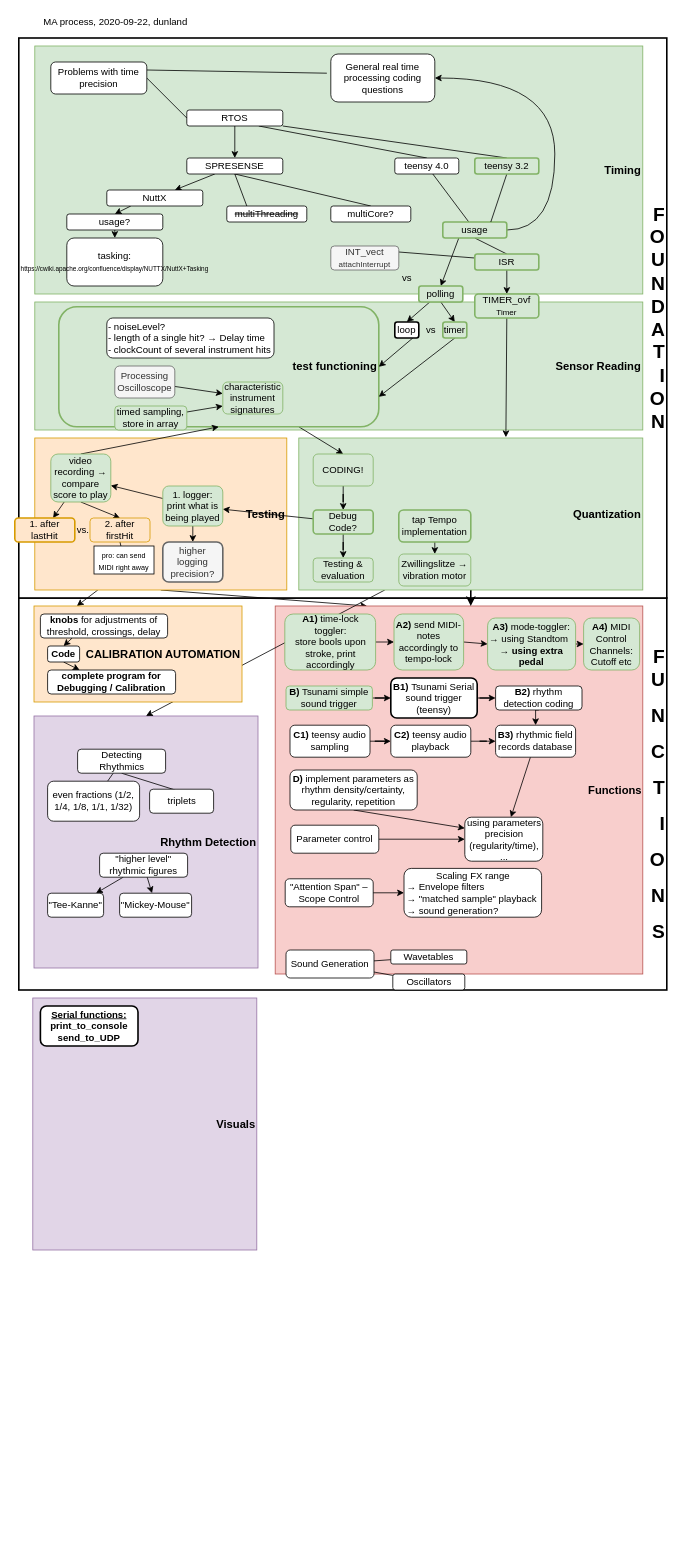
dunland/muscle keeps this draw.io diagram as page "current" (1 of 6) of Doc/MA_progress.drawio. Above is the earlier version. Source tidied: cells renumbered, new cells numbered last; positions are measured from the earlier drawing's top-left corner, leaving out a move shared by most shapes. Both pictures are drawn from the tidied source at 80%, with x=0, y=0 at pixel (14, 14).
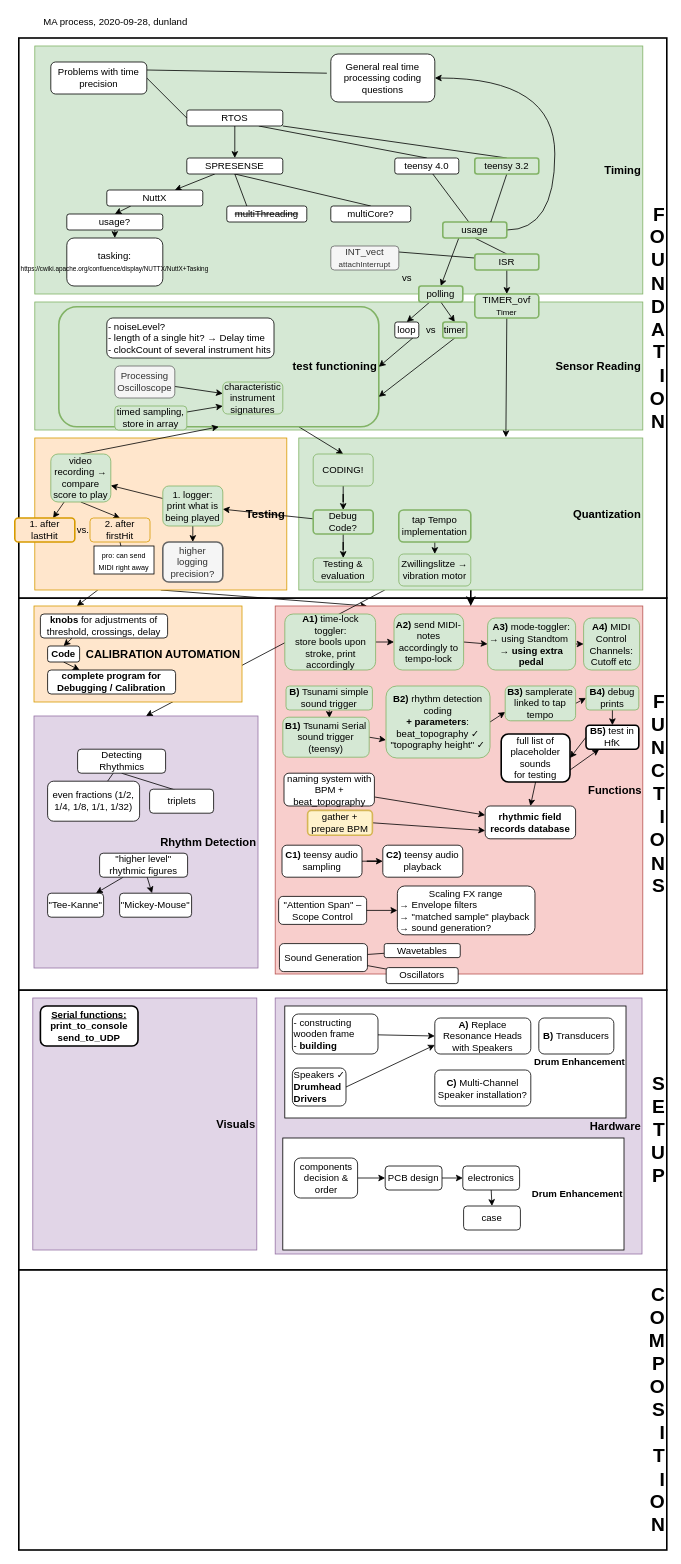
The same page after the edit.

Unchanged cells that the change refers to:
```xml
<mxCell id="133" value="&lt;b&gt;B)&lt;/b&gt;&amp;nbsp;Tsunami simple sound trigger" style="rounded=1;whiteSpace=wrap;html=1;strokeWidth=1;fillColor=#d5e8d4;strokeColor=#82b366;" parent="1" vertex="1">
  <mxGeometry x="339" y="840" width="108" height="30" as="geometry" />
</mxCell>
```

What changed in the source:
```diff
@@
+    <mxCell id="138" value="&lt;h1&gt;S&lt;br&gt;E&lt;br&gt;T&lt;br&gt;U&lt;br&gt;P&lt;/h1&gt;" style="rounded=0;whiteSpace=wrap;html=1;strokeWidth=2;align=right;" parent="1" vertex="1">
+      <mxGeometry x="5" y="1220" width="810" height="350" as="geometry" />
+    </mxCell>
+    <mxCell id="139" value="&lt;font size=&quot;1&quot;&gt;&lt;b style=&quot;font-size: 14px&quot;&gt;Hardware&lt;br&gt;&lt;/b&gt;&lt;/font&gt;" style="rounded=0;whiteSpace=wrap;html=1;align=right;fillColor=#e1d5e7;strokeColor=#9673a6;" parent="1" vertex="1">
+      <mxGeometry x="325.5" y="1230" width="458.5" height="320" as="geometry" />
+    </mxCell>
+    <mxCell id="140" value="&lt;b&gt;Drum Enhancement&lt;/b&gt;" style="rounded=0;whiteSpace=wrap;html=1;align=right;" parent="1" vertex="1">
+      <mxGeometry x="337.5" y="1240" width="426.5" height="140" as="geometry" />
+    </mxCell>
-    <mxCell id="2" value="&lt;h1&gt;F&lt;br&gt;U&lt;/h1&gt;&lt;h1&gt;N&lt;/h1&gt;&lt;h1&gt;C&lt;/h1&gt;&lt;h1&gt;T&lt;/h1&gt;&lt;h1&gt;I&lt;/h1&gt;&lt;h1&gt;O&lt;/h1&gt;&lt;h1&gt;N&lt;/h1&gt;&lt;h1&gt;S&lt;/h1&gt;" style="rounded=0;whiteSpace=wrap;html=1;strokeWidth=2;align=right;" parent="1" vertex="1">
+    <mxCell id="2" value="&lt;h1&gt;F&lt;br&gt;U&lt;br&gt;N&lt;br&gt;C&lt;br&gt;T&lt;br&gt;I&lt;br&gt;O&lt;br&gt;N&lt;br&gt;S&lt;/h1&gt;" style="rounded=0;whiteSpace=wrap;html=1;strokeWidth=2;align=right;" parent="1" vertex="1">
       <mxGeometry x="5" y="730" width="810" height="490" as="geometry" />
     </mxCell>
@@
     <mxCell id="38" value="Sound Generation" style="rounded=1;whiteSpace=wrap;html=1;" parent="1" vertex="1">
-      <mxGeometry x="339" y="1170" width="110" height="35" as="geometry" />
+      <mxGeometry x="330.8" y="1162" width="110" height="35" as="geometry" />
     </mxCell>
     <mxCell id="39" value="Wavetables" style="rounded=1;whiteSpace=wrap;html=1;" parent="1" vertex="1">
-      <mxGeometry x="470" y="1170" width="95" height="17.5" as="geometry" />
+      <mxGeometry x="461.8" y="1162" width="95" height="17.5" as="geometry" />
     </mxCell>
     <mxCell id="40" value="Oscillators" style="rounded=1;whiteSpace=wrap;html=1;" parent="1" vertex="1">
-      <mxGeometry x="472.5" y="1200" width="90" height="20" as="geometry" />
+      <mxGeometry x="464.2" y="1192" width="90" height="20" as="geometry" />
     </mxCell>
     <mxCell id="41" value="&quot;Attention Span&quot; ‒ Scope Control" style="rounded=1;whiteSpace=wrap;html=1;" parent="1" vertex="1">
-      <mxGeometry x="338" y="1081" width="110" height="35" as="geometry" />
+      <mxGeometry x="329.8" y="1103" width="110" height="35" as="geometry" />
     </mxCell>
-    <mxCell id="42" style="edgeStyle=none;rounded=0;jettySize=auto;html=1;endArrow=classic;endFill=1;" parent="1" edge="1" source="43" target="113">
-      <mxGeometry relative="1" as="geometry" />
-    </mxCell>
-    <mxCell id="43" value="Parameter control" style="rounded=1;whiteSpace=wrap;html=1;" parent="1" vertex="1">
-      <mxGeometry x="345" y="1014" width="110" height="35" as="geometry" />
-    </mxCell>
@@
-    <mxCell id="54" value="&lt;div align=&quot;left&quot;&gt;MA process, 2020-09-22, dunland&lt;br&gt;&lt;/div&gt;" style="text;html=1;strokeColor=none;fillColor=none;align=left;verticalAlign=middle;whiteSpace=wrap;rounded=0;" parent="1" vertex="1">
+    <mxCell id="54" value="&lt;div align=&quot;left&quot;&gt;MA process, 2020-09-28, dunland&lt;br&gt;&lt;/div&gt;" style="text;html=1;strokeColor=none;fillColor=none;align=left;verticalAlign=middle;whiteSpace=wrap;rounded=0;" parent="1" vertex="1">
       <mxGeometry x="34" width="350" height="20" as="geometry" />
     </mxCell>
@@
-    <mxCell id="74" value="loop" style="rounded=1;whiteSpace=wrap;html=1;strokeWidth=2;" parent="1" vertex="1">
+    <mxCell id="74" value="loop" style="rounded=1;whiteSpace=wrap;html=1;strokeWidth=1;" parent="1" vertex="1">
       <mxGeometry x="475" y="385" width="30" height="20" as="geometry" />
     </mxCell>
@@
-    <mxCell id="110" style="rounded=0;jettySize=auto;html=1;" parent="1" edge="1" source="125" target="113">
-      <mxGeometry relative="1" as="geometry" />
-    </mxCell>
@@
-    <mxCell id="113" value="using parameters precision (regularity/time), ..." style="rounded=1;whiteSpace=wrap;html=1;strokeWidth=1;" parent="1" vertex="1">
-      <mxGeometry x="562.5" y="1004" width="97.5" height="55" as="geometry" />
-    </mxCell>
@@
-    <mxCell id="120" style="edgeStyle=none;rounded=0;jettySize=auto;html=1;exitX=0.5;exitY=1;exitDx=0;exitDy=0;entryX=0;entryY=0.25;entryDx=0;entryDy=0;endArrow=classic;endFill=1;" parent="1" edge="1" source="121" target="113">
-      <mxGeometry relative="1" as="geometry" />
-    </mxCell>
-    <mxCell id="121" value="&lt;b&gt;D)&lt;/b&gt;&amp;nbsp;implement parameters as rhythm density/certainty, regularity, repetition" style="rounded=1;whiteSpace=wrap;html=1;" parent="1" vertex="1">
-      <mxGeometry x="344" y="945" width="159" height="50" as="geometry" />
-    </mxCell>
@@
     <mxCell id="124" value="&lt;b&gt;C1)&lt;/b&gt;&amp;nbsp;teensy audio sampling" style="rounded=1;whiteSpace=wrap;html=1;strokeWidth=1;" parent="1" vertex="1">
-      <mxGeometry x="344" y="889" width="100" height="40" as="geometry" />
+      <mxGeometry x="334" y="1039" width="100" height="40" as="geometry" />
     </mxCell>
-    <mxCell id="125" value="&lt;b&gt;B3)&lt;/b&gt; rhythmic field records database" style="rounded=1;whiteSpace=wrap;html=1;strokeWidth=1;" parent="1" vertex="1">
-      <mxGeometry x="601" y="889" width="100" height="40" as="geometry" />
+    <mxCell id="125" value="&lt;b&gt;rhythmic field records database&lt;/b&gt;" style="rounded=1;whiteSpace=wrap;html=1;strokeWidth=1;" parent="1" vertex="1">
+      <mxGeometry x="588" y="990" width="113" height="41" as="geometry" />
     </mxCell>
-    <mxCell id="126" style="edgeStyle=orthogonalEdgeStyle;rounded=0;jettySize=auto;html=1;" parent="1" edge="1" source="127" target="125">
-      <mxGeometry relative="1" as="geometry" />
-    </mxCell>
     <mxCell id="127" value="&lt;b&gt;C2)&lt;/b&gt;&amp;nbsp;teensy audio playback" style="rounded=1;whiteSpace=wrap;html=1;strokeWidth=1;" parent="1" vertex="1">
-      <mxGeometry x="470" y="889" width="100" height="40" as="geometry" />
+      <mxGeometry x="460" y="1039" width="100" height="40" as="geometry" />
     </mxCell>
@@
     <mxCell id="130" value="Scaling FX range &lt;br&gt;&lt;div style=&quot;text-align: left&quot;&gt;&lt;span&gt;→ Envelope filters&lt;/span&gt;&lt;/div&gt;&lt;div style=&quot;text-align: left&quot;&gt;&lt;span&gt;→ &quot;matched sample&quot; playback&amp;nbsp;&lt;/span&gt;&lt;/div&gt;&lt;div style=&quot;text-align: left&quot;&gt;&lt;span&gt;→ sound generation?&lt;/span&gt;&lt;/div&gt;" style="rounded=1;whiteSpace=wrap;html=1;" parent="1" vertex="1">
-      <mxGeometry x="486.5" y="1068" width="172" height="61" as="geometry" />
+      <mxGeometry x="478.2" y="1090" width="172" height="61" as="geometry" />
     </mxCell>
@@
-    <mxCell id="132" style="edgeStyle=orthogonalEdgeStyle;rounded=0;jettySize=auto;html=1;" parent="1" edge="1" source="133" target="135">
+    <mxCell id="132" style="edgeStyle=none;rounded=0;jettySize=auto;html=1;exitX=0.5;exitY=1;exitDx=0;exitDy=0;entryX=0.539;entryY=0.019;entryDx=0;entryDy=0;entryPerimeter=0;" parent="1" edge="1" source="133" target="135">
       <mxGeometry relative="1" as="geometry" />
     </mxCell>
@@
-    <mxCell id="134" style="edgeStyle=orthogonalEdgeStyle;rounded=0;jettySize=auto;html=1;" parent="1" edge="1" source="135" target="137">
+    <mxCell id="134" style="edgeStyle=none;rounded=0;jettySize=auto;html=1;exitX=1;exitY=0.5;exitDx=0;exitDy=0;entryX=0;entryY=0.75;entryDx=0;entryDy=0;" parent="1" edge="1" source="135" target="137">
       <mxGeometry relative="1" as="geometry" />
     </mxCell>
-    <mxCell id="135" value="&lt;b&gt;B1)&lt;/b&gt;&amp;nbsp;Tsunami Serial sound trigger&lt;br&gt;(teensy)" style="rounded=1;whiteSpace=wrap;html=1;strokeWidth=2;" parent="1" vertex="1">
-      <mxGeometry x="470" y="830" width="108" height="50" as="geometry" />
+    <mxCell id="135" value="&lt;b&gt;B1)&lt;/b&gt;&amp;nbsp;Tsunami Serial sound trigger&lt;br&gt;(teensy)" style="rounded=1;whiteSpace=wrap;html=1;strokeWidth=1;fillColor=#d5e8d4;strokeColor=#82b366;" parent="1" vertex="1">
+      <mxGeometry x="335" y="879" width="108" height="50" as="geometry" />
     </mxCell>
-    <mxCell id="136" style="edgeStyle=orthogonalEdgeStyle;rounded=0;jettySize=auto;html=1;exitX=0.5;exitY=1;exitDx=0;exitDy=0;entryX=0.5;entryY=0;entryDx=0;entryDy=0;" parent="1" edge="1" source="137" target="125">
-      <mxGeometry relative="1" as="geometry" />
-    </mxCell>
+    <mxCell id="141" style="rounded=0;jettySize=auto;html=1;exitX=1;exitY=0.5;exitDx=0;exitDy=0;entryX=0;entryY=0.75;entryDx=0;entryDy=0;" parent="1" edge="1" source="137" target="143">
+      <mxGeometry relative="1" as="geometry" />
+    </mxCell>
-    <mxCell id="137" value="&lt;b&gt;B2)&lt;/b&gt;&amp;nbsp;rhythm detection coding" style="rounded=1;whiteSpace=wrap;html=1;" parent="1" vertex="1">
-      <mxGeometry x="601" y="840" width="108" height="30" as="geometry" />
+    <mxCell id="137" value="&lt;b&gt;B2)&lt;/b&gt;&amp;nbsp;rhythm detection coding&lt;br&gt;&lt;b&gt;+&lt;/b&gt; &lt;b&gt;parameters&lt;/b&gt;: &lt;br&gt;beat_topography ✓&lt;br&gt;&quot;topography height&quot; ✓" style="rounded=1;whiteSpace=wrap;html=1;strokeWidth=1;fillColor=#d5e8d4;strokeColor=#82b366;" parent="1" vertex="1">
+      <mxGeometry x="464" y="840" width="130" height="90" as="geometry" />
     </mxCell>
+    <mxCell id="142" style="edgeStyle=none;rounded=0;jettySize=auto;html=1;exitX=1;exitY=0.5;exitDx=0;exitDy=0;entryX=0;entryY=0.5;entryDx=0;entryDy=0;" parent="1" edge="1" source="143" target="145">
+      <mxGeometry relative="1" as="geometry" />
+    </mxCell>
+    <mxCell id="143" value="&lt;b&gt;B3)&lt;/b&gt;&amp;nbsp;samplerate linked to tap tempo" style="rounded=1;whiteSpace=wrap;html=1;fillColor=#d5e8d4;strokeColor=#82b366;" parent="1" vertex="1">
+      <mxGeometry x="613" y="840" width="88" height="43.5" as="geometry" />
+    </mxCell>
+    <mxCell id="144" style="edgeStyle=none;rounded=0;jettySize=auto;html=1;exitX=0.5;exitY=1;exitDx=0;exitDy=0;entryX=0.5;entryY=0;entryDx=0;entryDy=0;" parent="1" edge="1" source="145" target="147">
+      <mxGeometry relative="1" as="geometry" />
+    </mxCell>
+    <mxCell id="145" value="&lt;b&gt;B4) &lt;/b&gt;debug prints" style="rounded=1;whiteSpace=wrap;html=1;fillColor=#d5e8d4;strokeColor=#82b366;" parent="1" vertex="1">
+      <mxGeometry x="714" y="840" width="66" height="30" as="geometry" />
+    </mxCell>
+    <mxCell id="146" style="edgeStyle=none;rounded=0;jettySize=auto;html=1;exitX=0;exitY=0.5;exitDx=0;exitDy=0;entryX=1;entryY=0.5;entryDx=0;entryDy=0;" parent="1" edge="1" source="147" target="169">
+      <mxGeometry relative="1" as="geometry" />
+    </mxCell>
+    <mxCell id="147" value="&lt;b&gt;B5)&lt;/b&gt;&amp;nbsp;test in HfK" style="rounded=1;whiteSpace=wrap;html=1;strokeWidth=2;" parent="1" vertex="1">
+      <mxGeometry x="714" y="889" width="66" height="30" as="geometry" />
+    </mxCell>
+    <mxCell id="148" value="&lt;b&gt;A) &lt;/b&gt;Replace Resonance Heads with Speakers" style="rounded=1;whiteSpace=wrap;html=1;" parent="1" vertex="1">
+      <mxGeometry x="525" y="1255" width="120" height="45" as="geometry" />
+    </mxCell>
+    <mxCell id="149" value="&lt;b&gt;C)&lt;/b&gt;&amp;nbsp;Multi-Channel Speaker installation?" style="rounded=1;whiteSpace=wrap;html=1;" parent="1" vertex="1">
+      <mxGeometry x="525" y="1320" width="120" height="45" as="geometry" />
+    </mxCell>
+    <mxCell id="150" style="edgeStyle=none;rounded=0;jettySize=auto;html=1;entryX=0;entryY=0.5;entryDx=0;entryDy=0;" parent="1" edge="1" source="151" target="148">
+      <mxGeometry relative="1" as="geometry" />
+    </mxCell>
+    <mxCell id="151" value="- constructing wooden frame&lt;br&gt;- &lt;b&gt;building&lt;/b&gt;" style="rounded=1;whiteSpace=wrap;html=1;align=left;" parent="1" vertex="1">
+      <mxGeometry x="347" y="1250" width="107" height="50" as="geometry" />
+    </mxCell>
+    <mxCell id="152" value="&lt;b&gt;Drum Enhancement&lt;/b&gt;" style="rounded=0;whiteSpace=wrap;html=1;align=right;" parent="1" vertex="1">
+      <mxGeometry x="335" y="1405" width="426.5" height="140" as="geometry" />
+    </mxCell>
+    <mxCell id="153" style="edgeStyle=none;rounded=0;jettySize=auto;html=1;exitX=0.5;exitY=1;exitDx=0;exitDy=0;entryX=0.5;entryY=0;entryDx=0;entryDy=0;" parent="1" edge="1" source="154" target="155">
+      <mxGeometry relative="1" as="geometry" />
+    </mxCell>
+    <mxCell id="154" value="electronics" style="rounded=1;whiteSpace=wrap;html=1;" parent="1" vertex="1">
+      <mxGeometry x="560" y="1440" width="71" height="30" as="geometry" />
+    </mxCell>
+    <mxCell id="155" value="case" style="rounded=1;whiteSpace=wrap;html=1;" parent="1" vertex="1">
+      <mxGeometry x="561" y="1490" width="71" height="30" as="geometry" />
+    </mxCell>
+    <mxCell id="156" style="edgeStyle=none;rounded=0;jettySize=auto;html=1;" parent="1" edge="1" source="157" target="154">
+      <mxGeometry relative="1" as="geometry" />
+    </mxCell>
+    <mxCell id="157" value="PCB design" style="rounded=1;whiteSpace=wrap;html=1;" parent="1" vertex="1">
+      <mxGeometry x="463" y="1440" width="71" height="30" as="geometry" />
+    </mxCell>
+    <mxCell id="158" style="edgeStyle=none;rounded=0;jettySize=auto;html=1;" parent="1" edge="1" source="159" target="157">
+      <mxGeometry relative="1" as="geometry" />
+    </mxCell>
+    <mxCell id="159" value="components decision &amp;amp; order" style="rounded=1;whiteSpace=wrap;html=1;" parent="1" vertex="1">
+      <mxGeometry x="349.5" y="1430" width="79" height="50" as="geometry" />
+    </mxCell>
+    <mxCell id="160" style="rounded=0;jettySize=auto;html=1;" parent="1" edge="1" source="161" target="125">
+      <mxGeometry relative="1" as="geometry" />
+    </mxCell>
+    <mxCell id="161" value="naming system with BPM + beat_topography" style="rounded=1;whiteSpace=wrap;html=1;strokeWidth=1;" parent="1" vertex="1">
+      <mxGeometry x="336.5" y="949" width="113" height="41" as="geometry" />
+    </mxCell>
+    <mxCell id="162" value="&lt;b&gt;B)&lt;/b&gt;&amp;nbsp;Transducers" style="rounded=1;whiteSpace=wrap;html=1;" parent="1" vertex="1">
+      <mxGeometry x="655" y="1255" width="93.8" height="45" as="geometry" />
+    </mxCell>
+    <mxCell id="163" style="rounded=0;jettySize=auto;html=1;entryX=0;entryY=0.75;entryDx=0;entryDy=0;exitX=1;exitY=0.5;exitDx=0;exitDy=0;" parent="1" edge="1" source="164" target="148">
+      <mxGeometry relative="1" as="geometry" />
+    </mxCell>
+    <mxCell id="164" value="Speakers ✓&lt;br&gt;&lt;b&gt;Drumhead&lt;/b&gt;&lt;br&gt;&lt;b&gt;Drivers&lt;/b&gt;" style="rounded=1;whiteSpace=wrap;html=1;align=left;strokeWidth=1;" parent="1" vertex="1">
+      <mxGeometry x="347" y="1317.5" width="67" height="47.5" as="geometry" />
+    </mxCell>
+    <mxCell id="165" style="edgeStyle=none;rounded=0;jettySize=auto;html=1;exitX=1;exitY=0.5;exitDx=0;exitDy=0;entryX=0;entryY=0.75;entryDx=0;entryDy=0;" parent="1" edge="1" source="166" target="125">
+      <mxGeometry relative="1" as="geometry" />
+    </mxCell>
+    <mxCell id="166" value="gather + prepare BPM" style="rounded=1;whiteSpace=wrap;html=1;fillColor=#fff2cc;strokeColor=#d6b656;strokeWidth=2;" parent="1" vertex="1">
+      <mxGeometry x="366" y="995.5" width="81" height="31" as="geometry" />
+    </mxCell>
+    <mxCell id="167" style="edgeStyle=none;rounded=0;jettySize=auto;html=1;exitX=0.5;exitY=1;exitDx=0;exitDy=0;entryX=0.5;entryY=0;entryDx=0;entryDy=0;" parent="1" edge="1" source="169" target="125">
+      <mxGeometry relative="1" as="geometry" />
+    </mxCell>
+    <mxCell id="168" style="edgeStyle=none;rounded=0;jettySize=auto;html=1;exitX=1;exitY=0.75;exitDx=0;exitDy=0;entryX=0.25;entryY=1;entryDx=0;entryDy=0;" parent="1" edge="1" source="169" target="147">
+      <mxGeometry relative="1" as="geometry" />
+    </mxCell>
+    <mxCell id="169" value="full list of placeholder sounds&lt;br&gt;for testing" style="rounded=1;whiteSpace=wrap;html=1;strokeWidth=2;" parent="1" vertex="1">
+      <mxGeometry x="608" y="900" width="86" height="60" as="geometry" />
+    </mxCell>
+    <mxCell id="170" value="&lt;h1&gt;C&lt;br&gt;O&lt;br&gt;M&lt;br&gt;P&lt;br&gt;O&lt;br&gt;S&lt;br&gt;I&lt;br&gt;T&lt;br&gt;I&lt;br&gt;O&lt;br&gt;N&lt;/h1&gt;" style="rounded=0;whiteSpace=wrap;html=1;strokeWidth=2;align=right;" parent="1" vertex="1">
+      <mxGeometry x="5" y="1570" width="810" height="350" as="geometry" />
+    </mxCell>
```
